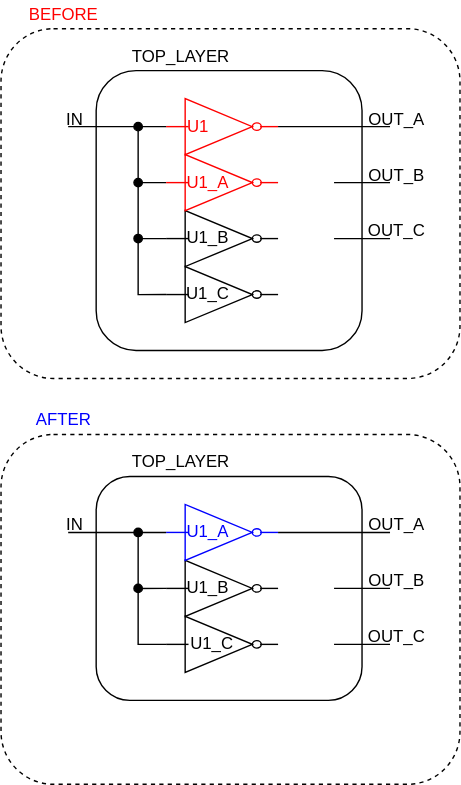
AlbertHansen/TripleModularRedundancyTool_developer_guide keeps this draw.io diagram as figures/dark-mode/rewire_scripts/replace_cell.drawio.svg. Above is the earlier version. Source tidied: cells renumbered, new cells last; positions are measured from the earlier drawing's top-left corner, leaving out a move shared by most shapes.
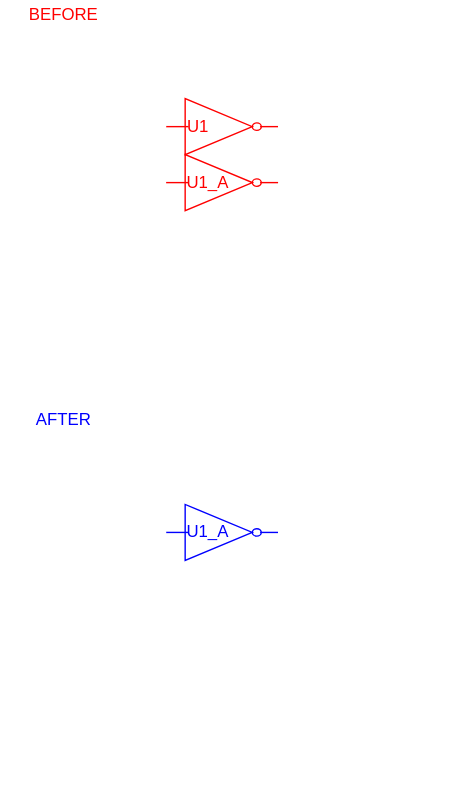
After the commit.

Change to the diagram source:
```diff
@@ -2,21 +2,21 @@
   <root>
     <mxCell id="0" />
     <mxCell id="1" parent="0" />
-    <mxCell id="2" style="rounded=1;whiteSpace=wrap;fontColor=#FF0000;fillColor=none;dashed=1;" parent="1" vertex="1">
+    <mxCell id="2" style="rounded=1;whiteSpace=wrap;fontColor=#FF0000;fillColor=none;dashed=1;strokeColor=#FFFFFF;" parent="1" vertex="1">
       <mxGeometry y="20" width="328" height="250" as="geometry" />
     </mxCell>
-    <mxCell id="3" style="rounded=1;whiteSpace=wrap;fillColor=none;" parent="1" vertex="1">
+    <mxCell id="3" style="rounded=1;whiteSpace=wrap;fillColor=none;strokeColor=#FFFFFF;" parent="1" vertex="1">
       <mxGeometry x="68" y="50" width="190" height="200" as="geometry" />
     </mxCell>
-    <mxCell id="4" style="edgeStyle=orthogonalEdgeStyle;rounded=0;exitX=0;exitY=0.5;exitDx=0;exitDy=0;exitPerimeter=0;endArrow=oval;endFill=1;" parent="1" edge="1" source="5">
+    <mxCell id="4" style="edgeStyle=orthogonalEdgeStyle;rounded=0;exitX=0;exitY=0.5;exitDx=0;exitDy=0;exitPerimeter=0;endArrow=oval;endFill=1;strokeColor=#FFFFFF;" parent="1" edge="1" source="5">
       <mxGeometry relative="1" as="geometry">
         <mxPoint x="98" y="130" as="targetPoint" />
       </mxGeometry>
     </mxCell>
-    <mxCell id="5" style="verticalLabelPosition=bottom;shadow=0;dashed=0;align=center;verticalAlign=top;shape=mxgraph.electrical.logic_gates.inverter_2;fillColor=none;" parent="1" vertex="1">
+    <mxCell id="5" style="verticalLabelPosition=bottom;shadow=0;dashed=0;align=center;verticalAlign=top;shape=mxgraph.electrical.logic_gates.inverter_2;fillColor=none;strokeColor=#FFFFFF;" parent="1" vertex="1">
       <mxGeometry x="118" y="150" width="80" height="40" as="geometry" />
     </mxCell>
-    <mxCell id="6" style="edgeStyle=orthogonalEdgeStyle;exitX=0;exitY=0.5;exitDx=0;exitDy=0;exitPerimeter=0;rounded=0;endArrow=oval;endFill=1;" parent="1" edge="1" source="7">
+    <mxCell id="6" style="edgeStyle=orthogonalEdgeStyle;exitX=0;exitY=0.5;exitDx=0;exitDy=0;exitPerimeter=0;rounded=0;endArrow=oval;endFill=1;strokeColor=#FFFFFF;" parent="1" edge="1" source="7">
       <mxGeometry relative="1" as="geometry">
         <mxPoint x="98" y="90" as="targetPoint" />
       </mxGeometry>
@@ -27,42 +27,42 @@
     <mxCell id="8" style="verticalLabelPosition=bottom;shadow=0;dashed=0;align=center;verticalAlign=top;shape=mxgraph.electrical.logic_gates.inverter_2;fillColor=none;strokeColor=#FF0000;fontColor=#FF0000;" parent="1" vertex="1">
       <mxGeometry x="118" y="70" width="80" height="40" as="geometry" />
     </mxCell>
-    <mxCell id="9" value="TOP_LAYER" style="text;strokeColor=none;fillColor=none;align=left;verticalAlign=middle;spacingLeft=4;spacingRight=4;overflow=hidden;whiteSpace=wrap;" parent="1" vertex="1">
+    <mxCell id="9" value="TOP_LAYER" style="text;strokeColor=none;fillColor=none;align=left;verticalAlign=middle;spacingLeft=4;spacingRight=4;overflow=hidden;whiteSpace=wrap;fontColor=#FFFFFF;" parent="1" vertex="1">
       <mxGeometry x="88" y="30" width="80" height="20" as="geometry" />
     </mxCell>
-    <mxCell id="10" style="endArrow=none;entryX=0;entryY=0.5;entryDx=0;entryDy=0;entryPerimeter=0;" parent="1" edge="1" target="8">
+    <mxCell id="10" style="endArrow=none;entryX=0;entryY=0.5;entryDx=0;entryDy=0;entryPerimeter=0;strokeColor=#FFFFFF;" parent="1" edge="1" target="8">
       <mxGeometry relative="1" as="geometry">
         <mxPoint x="48" y="90" as="sourcePoint" />
       </mxGeometry>
     </mxCell>
-    <mxCell id="11" style="endArrow=none;" parent="1" edge="1">
+    <mxCell id="11" style="endArrow=none;strokeColor=#FFFFFF;" parent="1" edge="1">
       <mxGeometry relative="1" as="geometry">
         <mxPoint x="198" y="90" as="sourcePoint" />
         <mxPoint x="278" y="90" as="targetPoint" />
       </mxGeometry>
     </mxCell>
-    <mxCell id="12" style="endArrow=none;" parent="1" edge="1">
+    <mxCell id="12" style="endArrow=none;fontColor=#FFFFFF;strokeColor=#FFFFFF;" parent="1" edge="1">
       <mxGeometry relative="1" as="geometry">
         <mxPoint x="238" y="130" as="sourcePoint" />
         <mxPoint x="278" y="130" as="targetPoint" />
       </mxGeometry>
     </mxCell>
-    <mxCell id="13" style="endArrow=none;" parent="1" edge="1">
+    <mxCell id="13" style="endArrow=none;fontColor=#FFFFFF;strokeColor=#FFFFFF;" parent="1" edge="1">
       <mxGeometry relative="1" as="geometry">
         <mxPoint x="238" y="170" as="sourcePoint" />
         <mxPoint x="278" y="170" as="targetPoint" />
       </mxGeometry>
     </mxCell>
-    <mxCell id="14" value="OUT_A" style="text;strokeColor=none;fillColor=none;align=center;verticalAlign=middle;whiteSpace=wrap;rounded=0;" parent="1" vertex="1">
+    <mxCell id="14" value="OUT_A" style="text;strokeColor=none;fillColor=none;align=center;verticalAlign=middle;whiteSpace=wrap;rounded=0;fontColor=#FFFFFF;" parent="1" vertex="1">
       <mxGeometry x="258" y="80" width="50" height="10" as="geometry" />
     </mxCell>
-    <mxCell id="15" value="OUT_B" style="text;strokeColor=none;fillColor=none;align=center;verticalAlign=middle;whiteSpace=wrap;rounded=0;" parent="1" vertex="1">
+    <mxCell id="15" value="OUT_B" style="text;strokeColor=none;fillColor=none;align=center;verticalAlign=middle;whiteSpace=wrap;rounded=0;fontColor=#FFFFFF;" parent="1" vertex="1">
       <mxGeometry x="258" y="120" width="50" height="10" as="geometry" />
     </mxCell>
-    <mxCell id="16" value="OUT_C" style="text;strokeColor=none;fillColor=none;align=center;verticalAlign=middle;whiteSpace=wrap;rounded=0;" parent="1" vertex="1">
+    <mxCell id="16" value="OUT_C" style="text;strokeColor=none;fillColor=none;align=center;verticalAlign=middle;whiteSpace=wrap;rounded=0;fontColor=#FFFFFF;" parent="1" vertex="1">
       <mxGeometry x="258" y="160" width="50" height="10" as="geometry" />
     </mxCell>
-    <mxCell id="17" value="IN" style="text;strokeColor=none;fillColor=none;align=center;verticalAlign=middle;whiteSpace=wrap;rounded=0;" parent="1" vertex="1">
+    <mxCell id="17" value="IN" style="text;strokeColor=none;fillColor=none;align=center;verticalAlign=middle;whiteSpace=wrap;rounded=0;fontColor=#FFFFFF;" parent="1" vertex="1">
       <mxGeometry x="38" y="80" width="30" height="10" as="geometry" />
     </mxCell>
     <mxCell id="18" value="BEFORE" style="text;strokeColor=none;fillColor=none;align=center;verticalAlign=middle;whiteSpace=wrap;rounded=0;dashed=1;fontColor=#FF0000;" parent="1" vertex="1">
@@ -71,12 +71,12 @@
     <mxCell id="19" value="AFTER" style="text;strokeColor=none;fillColor=none;align=center;verticalAlign=middle;whiteSpace=wrap;rounded=0;dashed=1;fontColor=#0000FF;" parent="1" vertex="1">
       <mxGeometry x="15" y="290" width="60" height="20" as="geometry" />
     </mxCell>
-    <mxCell id="20" style="edgeStyle=orthogonalEdgeStyle;rounded=0;exitX=0;exitY=0.5;exitDx=0;exitDy=0;exitPerimeter=0;endArrow=oval;endFill=1;" parent="1" edge="1" source="21">
+    <mxCell id="20" style="edgeStyle=orthogonalEdgeStyle;rounded=0;exitX=0;exitY=0.5;exitDx=0;exitDy=0;exitPerimeter=0;endArrow=oval;endFill=1;strokeColor=#FFFFFF;" parent="1" edge="1" source="21">
       <mxGeometry relative="1" as="geometry">
         <mxPoint x="98" y="170" as="targetPoint" />
       </mxGeometry>
     </mxCell>
-    <mxCell id="21" style="verticalLabelPosition=bottom;shadow=0;dashed=0;align=center;verticalAlign=top;shape=mxgraph.electrical.logic_gates.inverter_2;fillColor=none;" parent="1" vertex="1">
+    <mxCell id="21" style="verticalLabelPosition=bottom;shadow=0;dashed=0;align=center;verticalAlign=top;shape=mxgraph.electrical.logic_gates.inverter_2;fillColor=none;strokeColor=#FFFFFF;" parent="1" vertex="1">
       <mxGeometry x="118" y="190" width="80" height="40" as="geometry" />
     </mxCell>
     <mxCell id="22" value="U1" style="text;strokeColor=none;fillColor=none;align=center;verticalAlign=middle;whiteSpace=wrap;rounded=0;fontColor=#FF0000;" parent="1" vertex="1">
@@ -85,82 +85,82 @@
     <mxCell id="23" value="U1_A" style="text;strokeColor=none;fillColor=none;align=center;verticalAlign=middle;whiteSpace=wrap;rounded=0;fontColor=#FF0000;" parent="1" vertex="1">
       <mxGeometry x="128" y="120" width="40" height="20" as="geometry" />
     </mxCell>
-    <mxCell id="24" value="U1_B" style="text;strokeColor=none;fillColor=none;align=center;verticalAlign=middle;whiteSpace=wrap;rounded=0;" parent="1" vertex="1">
+    <mxCell id="24" value="U1_B" style="text;strokeColor=none;fillColor=none;align=center;verticalAlign=middle;whiteSpace=wrap;rounded=0;fontColor=#FFFFFF;" parent="1" vertex="1">
       <mxGeometry x="128" y="160" width="40" height="20" as="geometry" />
     </mxCell>
-    <mxCell id="25" value="U1_C" style="text;strokeColor=none;fillColor=none;align=center;verticalAlign=middle;whiteSpace=wrap;rounded=0;" parent="1" vertex="1">
+    <mxCell id="25" value="U1_C" style="text;strokeColor=none;fillColor=none;align=center;verticalAlign=middle;whiteSpace=wrap;rounded=0;fontColor=#FFFFFF;" parent="1" vertex="1">
       <mxGeometry x="128" y="200" width="40" height="20" as="geometry" />
     </mxCell>
-    <mxCell id="26" style="rounded=1;whiteSpace=wrap;fontColor=#FF0000;fillColor=none;dashed=1;" parent="1" vertex="1">
+    <mxCell id="26" style="rounded=1;whiteSpace=wrap;fontColor=#FF0000;fillColor=none;dashed=1;strokeColor=#FFFFFF;" parent="1" vertex="1">
       <mxGeometry y="310" width="328" height="250" as="geometry" />
     </mxCell>
-    <mxCell id="27" style="rounded=1;whiteSpace=wrap;fillColor=none;" parent="1" vertex="1">
+    <mxCell id="27" style="rounded=1;whiteSpace=wrap;fillColor=none;strokeColor=#FFFFFF;" parent="1" vertex="1">
       <mxGeometry x="68" y="340" width="190" height="160" as="geometry" />
     </mxCell>
-    <mxCell id="28" style="edgeStyle=orthogonalEdgeStyle;rounded=0;exitX=0;exitY=0.5;exitDx=0;exitDy=0;exitPerimeter=0;endArrow=oval;endFill=1;" parent="1" edge="1" source="29">
+    <mxCell id="28" style="edgeStyle=orthogonalEdgeStyle;rounded=0;exitX=0;exitY=0.5;exitDx=0;exitDy=0;exitPerimeter=0;endArrow=oval;endFill=1;strokeColor=#FFFFFF;" parent="1" edge="1" source="29">
       <mxGeometry relative="1" as="geometry">
         <mxPoint x="98" y="420" as="targetPoint" />
       </mxGeometry>
     </mxCell>
-    <mxCell id="29" style="verticalLabelPosition=bottom;shadow=0;dashed=0;align=center;verticalAlign=top;shape=mxgraph.electrical.logic_gates.inverter_2;fillColor=none;" parent="1" vertex="1">
+    <mxCell id="29" style="verticalLabelPosition=bottom;shadow=0;dashed=0;align=center;verticalAlign=top;shape=mxgraph.electrical.logic_gates.inverter_2;fillColor=none;strokeColor=#FFFFFF;" parent="1" vertex="1">
       <mxGeometry x="118" y="440" width="80" height="40" as="geometry" />
     </mxCell>
-    <mxCell id="30" style="edgeStyle=orthogonalEdgeStyle;exitX=0;exitY=0.5;exitDx=0;exitDy=0;exitPerimeter=0;rounded=0;endArrow=oval;endFill=1;" parent="1" edge="1" source="31">
+    <mxCell id="30" style="edgeStyle=orthogonalEdgeStyle;exitX=0;exitY=0.5;exitDx=0;exitDy=0;exitPerimeter=0;rounded=0;endArrow=oval;endFill=1;strokeColor=#FFFFFF;" parent="1" edge="1" source="31">
       <mxGeometry relative="1" as="geometry">
         <mxPoint x="98" y="380" as="targetPoint" />
       </mxGeometry>
     </mxCell>
-    <mxCell id="31" style="verticalLabelPosition=bottom;shadow=0;dashed=0;align=center;verticalAlign=top;shape=mxgraph.electrical.logic_gates.inverter_2;fillColor=none;" parent="1" vertex="1">
+    <mxCell id="31" style="verticalLabelPosition=bottom;shadow=0;dashed=0;align=center;verticalAlign=top;shape=mxgraph.electrical.logic_gates.inverter_2;fillColor=none;strokeColor=#FFFFFF;" parent="1" vertex="1">
       <mxGeometry x="118" y="400" width="80" height="40" as="geometry" />
     </mxCell>
     <mxCell id="32" style="verticalLabelPosition=bottom;shadow=0;dashed=0;align=center;verticalAlign=top;shape=mxgraph.electrical.logic_gates.inverter_2;fillColor=none;strokeColor=#0000FF;" parent="1" vertex="1">
       <mxGeometry x="118" y="360" width="80" height="40" as="geometry" />
     </mxCell>
-    <mxCell id="33" value="TOP_LAYER" style="text;strokeColor=none;fillColor=none;align=left;verticalAlign=middle;spacingLeft=4;spacingRight=4;overflow=hidden;whiteSpace=wrap;" parent="1" vertex="1">
+    <mxCell id="33" value="TOP_LAYER" style="text;strokeColor=none;fillColor=none;align=left;verticalAlign=middle;spacingLeft=4;spacingRight=4;overflow=hidden;whiteSpace=wrap;fontColor=#FFFFFF;" parent="1" vertex="1">
       <mxGeometry x="88" y="320" width="80" height="20" as="geometry" />
     </mxCell>
-    <mxCell id="34" style="endArrow=none;entryX=0;entryY=0.5;entryDx=0;entryDy=0;entryPerimeter=0;" parent="1" edge="1" target="32">
+    <mxCell id="34" style="endArrow=none;entryX=0;entryY=0.5;entryDx=0;entryDy=0;entryPerimeter=0;strokeColor=#FFFFFF;" parent="1" edge="1" target="32">
       <mxGeometry relative="1" as="geometry">
         <mxPoint x="48" y="380" as="sourcePoint" />
       </mxGeometry>
     </mxCell>
-    <mxCell id="35" style="endArrow=none;" parent="1" edge="1">
+    <mxCell id="35" style="endArrow=none;strokeColor=#FFFFFF;" parent="1" edge="1">
       <mxGeometry relative="1" as="geometry">
         <mxPoint x="198" y="380" as="sourcePoint" />
         <mxPoint x="278" y="380" as="targetPoint" />
       </mxGeometry>
     </mxCell>
-    <mxCell id="36" style="endArrow=none;" parent="1" edge="1">
+    <mxCell id="36" style="endArrow=none;fontColor=#FFFFFF;strokeColor=#FFFFFF;" parent="1" edge="1">
       <mxGeometry relative="1" as="geometry">
         <mxPoint x="238" y="420" as="sourcePoint" />
         <mxPoint x="278" y="420" as="targetPoint" />
       </mxGeometry>
     </mxCell>
-    <mxCell id="37" style="endArrow=none;" parent="1" edge="1">
+    <mxCell id="37" style="endArrow=none;fontColor=#FFFFFF;strokeColor=#FFFFFF;" parent="1" edge="1">
       <mxGeometry relative="1" as="geometry">
         <mxPoint x="238" y="460" as="sourcePoint" />
         <mxPoint x="278" y="460" as="targetPoint" />
       </mxGeometry>
     </mxCell>
-    <mxCell id="38" value="OUT_A" style="text;strokeColor=none;fillColor=none;align=center;verticalAlign=middle;whiteSpace=wrap;rounded=0;" parent="1" vertex="1">
+    <mxCell id="38" value="OUT_A" style="text;strokeColor=none;fillColor=none;align=center;verticalAlign=middle;whiteSpace=wrap;rounded=0;fontColor=#FFFFFF;" parent="1" vertex="1">
       <mxGeometry x="258" y="370" width="50" height="10" as="geometry" />
     </mxCell>
-    <mxCell id="39" value="OUT_B" style="text;strokeColor=none;fillColor=none;align=center;verticalAlign=middle;whiteSpace=wrap;rounded=0;" parent="1" vertex="1">
+    <mxCell id="39" value="OUT_B" style="text;strokeColor=none;fillColor=none;align=center;verticalAlign=middle;whiteSpace=wrap;rounded=0;fontColor=#FFFFFF;" parent="1" vertex="1">
       <mxGeometry x="258" y="410" width="50" height="10" as="geometry" />
     </mxCell>
-    <mxCell id="40" value="OUT_C" style="text;strokeColor=none;fillColor=none;align=center;verticalAlign=middle;whiteSpace=wrap;rounded=0;" parent="1" vertex="1">
+    <mxCell id="40" value="OUT_C" style="text;strokeColor=none;fillColor=none;align=center;verticalAlign=middle;whiteSpace=wrap;rounded=0;fontColor=#FFFFFF;" parent="1" vertex="1">
       <mxGeometry x="258" y="450" width="50" height="10" as="geometry" />
     </mxCell>
-    <mxCell id="41" value="IN" style="text;strokeColor=none;fillColor=none;align=center;verticalAlign=middle;whiteSpace=wrap;rounded=0;" parent="1" vertex="1">
+    <mxCell id="41" value="IN" style="text;strokeColor=none;fillColor=none;align=center;verticalAlign=middle;whiteSpace=wrap;rounded=0;fontColor=#FFFFFF;" parent="1" vertex="1">
       <mxGeometry x="38" y="370" width="30" height="10" as="geometry" />
     </mxCell>
     <mxCell id="42" value="U1_A" style="text;strokeColor=none;fillColor=none;align=center;verticalAlign=middle;whiteSpace=wrap;rounded=0;fontColor=#0000FF;" parent="1" vertex="1">
       <mxGeometry x="128" y="370" width="40" height="20" as="geometry" />
     </mxCell>
-    <mxCell id="43" value="U1_B" style="text;strokeColor=none;fillColor=none;align=center;verticalAlign=middle;whiteSpace=wrap;rounded=0;" parent="1" vertex="1">
+    <mxCell id="43" value="U1_B" style="text;strokeColor=none;fillColor=none;align=center;verticalAlign=middle;whiteSpace=wrap;rounded=0;fontColor=#FFFFFF;" parent="1" vertex="1">
       <mxGeometry x="128" y="410" width="40" height="20" as="geometry" />
     </mxCell>
-    <mxCell id="44" value="U1_C" style="text;strokeColor=none;fillColor=none;align=center;verticalAlign=middle;whiteSpace=wrap;rounded=0;" parent="1" vertex="1">
+    <mxCell id="44" value="U1_C" style="text;strokeColor=none;fillColor=none;align=center;verticalAlign=middle;whiteSpace=wrap;rounded=0;fontColor=#FFFFFF;" parent="1" vertex="1">
       <mxGeometry x="131" y="450" width="40" height="20" as="geometry" />
     </mxCell>
   </root>
```
